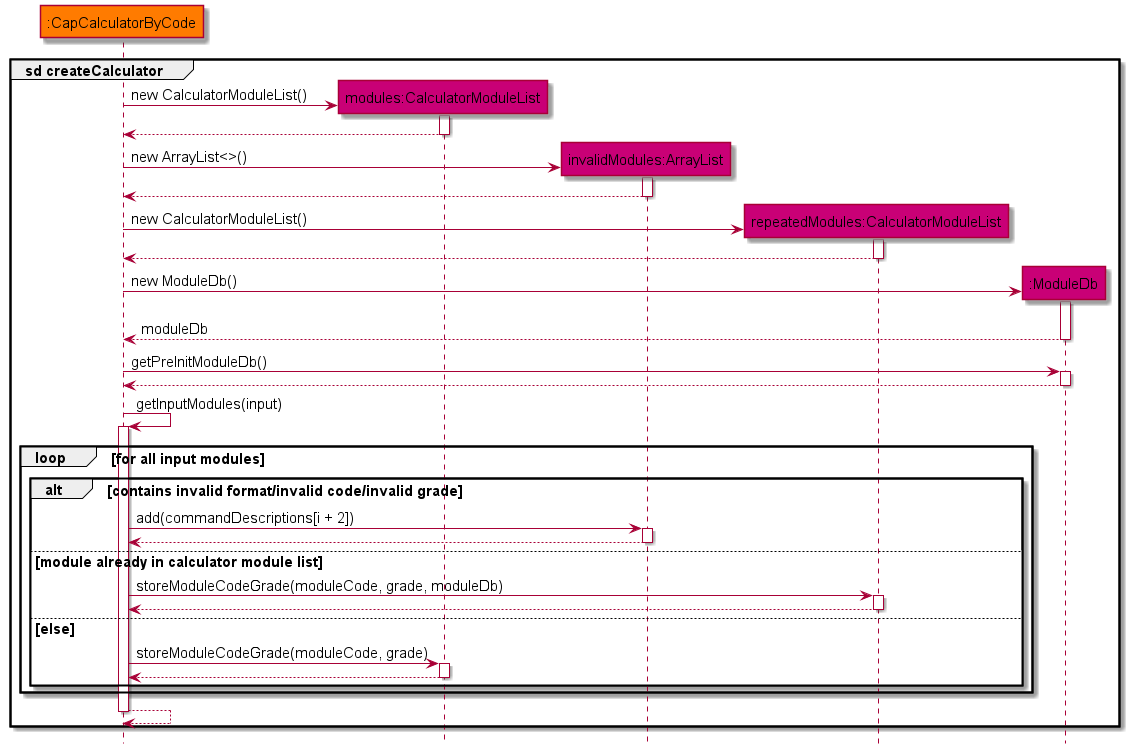
The PlantUML diagram docs/assets/images/capCodeSeq2.png in shyamgj1900/tp, before a commit.
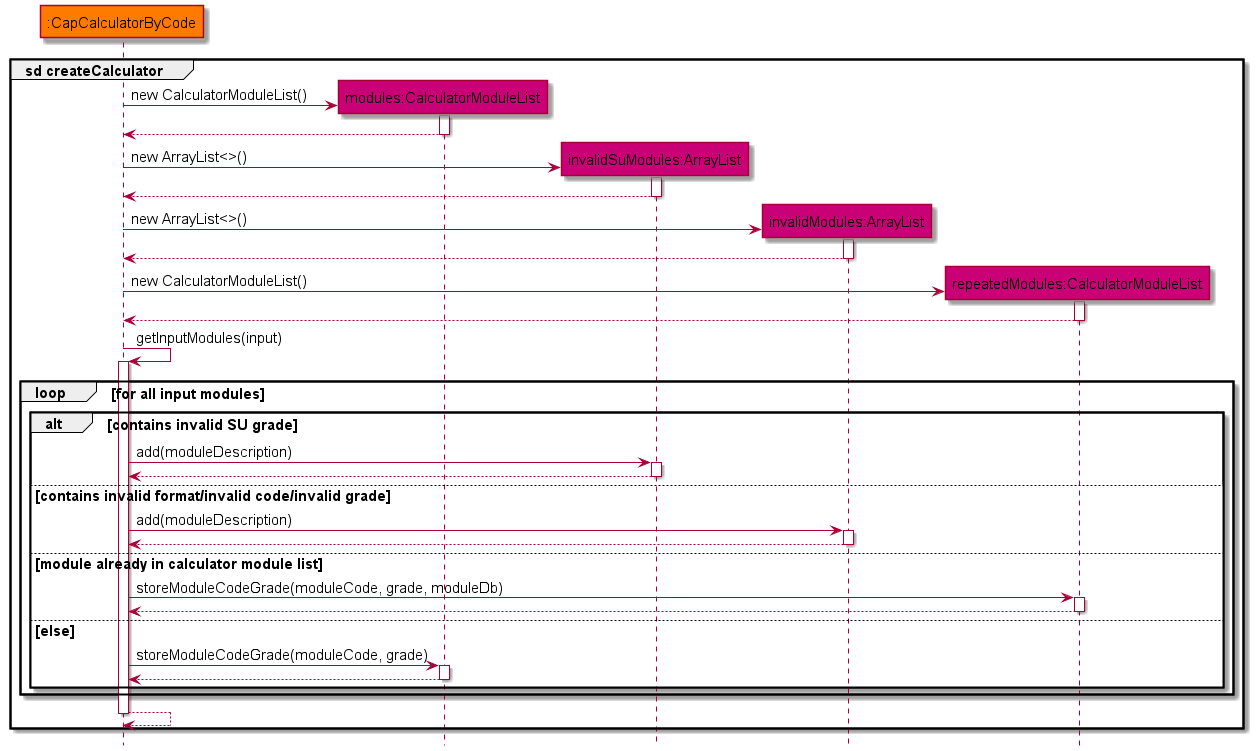
Later version of the same file.

Commit message:
Update cap calculator diagrams in DG

The edit, as a diff of the source:
```diff
@@ -6,9 +6,9 @@
 
 participant ":CapCalculatorByCode" as calculator CAPCALCULATOR_COLOR
 participant "modules:CalculatorModuleList" as modules MODULE_COLOR
+participant "invalidSuModules:ArrayList" as invalidSuModules MODULE_COLOR
 participant "invalidModules:ArrayList" as invalidModules MODULE_COLOR
 participant "repeatedModules:CalculatorModuleList" as repeatedModules MODULE_COLOR
-participant ":ModuleDb" as moduleDb MODULE_COLOR
 
 group sd createCalculator
 
@@ -18,6 +18,13 @@
 
 modules --> calculator
 deactivate modules
+
+create invalidSuModules
+calculator -> invalidSuModules : new ArrayList<>()
+activate invalidSuModules
+
+invalidSuModules --> calculator
+deactivate invalidSuModules
 
 create invalidModules
 calculator -> invalidModules : new ArrayList<>()
@@ -33,27 +40,22 @@
 repeatedModules --> calculator
 deactivate repeatedModules
 
-create moduleDb
-calculator -> moduleDb : new ModuleDb()
-activate moduleDb
-
-moduleDb --> calculator : moduleDb
-deactivate moduleDb
-
-calculator -> moduleDb : getPreInitModuleDb()
-activate moduleDb
-
-moduleDb --> calculator
-deactivate moduleDb
-
 calculator -> calculator : getInputModules(input)
 activate calculator
 
 loop for all input modules
 
-alt contains invalid format/invalid code/invalid grade
+alt contains invalid SU grade
 
-calculator -> invalidModules : add(commandDescriptions[i + 2])
+calculator -> invalidSuModules : add(moduleDescription)
+activate invalidSuModules
+
+invalidSuModules --> calculator
+deactivate invalidSuModules
+
+else contains invalid format/invalid code/invalid grade
+
+calculator -> invalidModules : add(moduleDescription)
 activate invalidModules
 
 invalidModules --> calculator
```
